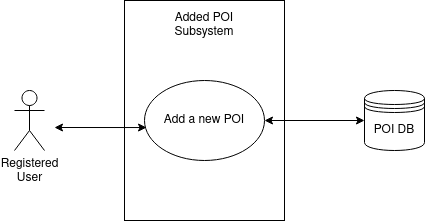
The draw.io diagram use_cases/New_POI.drawio.png in Qiselong/SE-RASTA, before a commit. Source tidied: cells renumbered, new cells last; positions are measured from the earlier drawing's top-left corner, leaving out a move shared by most shapes. Its diagram source:
```xml
<mxGraphModel>
  <root>
    <mxCell id="0" />
    <mxCell id="1" parent="0" />
    <mxCell id="2" style="rounded=0;whiteSpace=wrap;html=1;" parent="1" vertex="1">
      <mxGeometry x="110" width="160" height="220" as="geometry" />
    </mxCell>
    <mxCell id="3" value="Add a new POI" style="ellipse;whiteSpace=wrap;html=1;" parent="1" vertex="1">
      <mxGeometry x="130" y="80" width="120" height="80" as="geometry" />
    </mxCell>
    <mxCell id="4" value="Added POI Subsystem" style="text;html=1;strokeColor=none;fillColor=none;align=center;verticalAlign=middle;whiteSpace=wrap;rounded=0;" parent="1" vertex="1">
      <mxGeometry x="140" y="10" width="100" height="30" as="geometry" />
    </mxCell>
    <mxCell id="5" value="&lt;div&gt;Registered &lt;br&gt;&lt;/div&gt;&lt;div&gt;User&lt;/div&gt;" style="shape=umlActor;verticalLabelPosition=bottom;verticalAlign=top;html=1;" parent="1" vertex="1">
      <mxGeometry y="90" width="30" height="60" as="geometry" />
    </mxCell>
    <mxCell id="6" value="&lt;div&gt;POI DB&lt;/div&gt;" style="shape=datastore;whiteSpace=wrap;html=1;" parent="1" vertex="1">
      <mxGeometry x="350" y="90" width="60" height="60" as="geometry" />
    </mxCell>
    <mxCell id="7" style="endArrow=classic;startArrow=classic;html=1;rounded=0;entryX=0.017;entryY=0.588;entryDx=0;entryDy=0;entryPerimeter=0;" parent="1" edge="1" target="3">
      <mxGeometry relative="1" as="geometry">
        <mxPoint x="40" y="127" as="sourcePoint" />
      </mxGeometry>
    </mxCell>
    <mxCell id="8" style="endArrow=classic;startArrow=classic;html=1;rounded=0;entryX=0;entryY=0.5;entryDx=0;entryDy=0;exitX=1;exitY=0.5;exitDx=0;exitDy=0;" parent="1" edge="1" source="3" target="6">
      <mxGeometry relative="1" as="geometry" />
    </mxCell>
  </root>
</mxGraphModel>
```
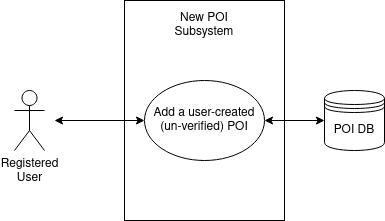
The same file after the commit.

What changed in the source:
```diff
@@ -5,21 +5,21 @@
     <mxCell id="2" style="rounded=0;whiteSpace=wrap;html=1;" parent="1" vertex="1">
       <mxGeometry x="110" width="160" height="220" as="geometry" />
     </mxCell>
-    <mxCell id="3" value="Add a new POI" style="ellipse;whiteSpace=wrap;html=1;" parent="1" vertex="1">
+    <mxCell id="3" value="&lt;div&gt;Add a user-created&lt;/div&gt;&lt;div&gt;(un-verified) POI&lt;br&gt;&lt;/div&gt;" style="ellipse;whiteSpace=wrap;html=1;" parent="1" vertex="1">
       <mxGeometry x="130" y="80" width="120" height="80" as="geometry" />
     </mxCell>
-    <mxCell id="4" value="Added POI Subsystem" style="text;html=1;strokeColor=none;fillColor=none;align=center;verticalAlign=middle;whiteSpace=wrap;rounded=0;" parent="1" vertex="1">
+    <mxCell id="4" value="&lt;div&gt;New POI&lt;/div&gt;&lt;div&gt;Subsystem&lt;br&gt;&lt;/div&gt;" style="text;html=1;strokeColor=none;fillColor=none;align=center;verticalAlign=middle;whiteSpace=wrap;rounded=0;" parent="1" vertex="1">
       <mxGeometry x="140" y="10" width="100" height="30" as="geometry" />
     </mxCell>
     <mxCell id="5" value="&lt;div&gt;Registered &lt;br&gt;&lt;/div&gt;&lt;div&gt;User&lt;/div&gt;" style="shape=umlActor;verticalLabelPosition=bottom;verticalAlign=top;html=1;" parent="1" vertex="1">
       <mxGeometry y="90" width="30" height="60" as="geometry" />
     </mxCell>
     <mxCell id="6" value="&lt;div&gt;POI DB&lt;/div&gt;" style="shape=datastore;whiteSpace=wrap;html=1;" parent="1" vertex="1">
-      <mxGeometry x="350" y="90" width="60" height="60" as="geometry" />
+      <mxGeometry x="310" y="90" width="60" height="60" as="geometry" />
     </mxCell>
-    <mxCell id="7" style="endArrow=classic;startArrow=classic;html=1;rounded=0;entryX=0.017;entryY=0.588;entryDx=0;entryDy=0;entryPerimeter=0;" parent="1" edge="1" target="3">
+    <mxCell id="7" style="endArrow=classic;startArrow=classic;html=1;rounded=0;entryX=0;entryY=0.5;entryDx=0;entryDy=0;" parent="1" edge="1" target="3">
       <mxGeometry relative="1" as="geometry">
-        <mxPoint x="40" y="127" as="sourcePoint" />
+        <mxPoint x="40" y="120" as="sourcePoint" />
       </mxGeometry>
     </mxCell>
     <mxCell id="8" style="endArrow=classic;startArrow=classic;html=1;rounded=0;entryX=0;entryY=0.5;entryDx=0;entryDy=0;exitX=1;exitY=0.5;exitDx=0;exitDy=0;" parent="1" edge="1" source="3" target="6">
```
